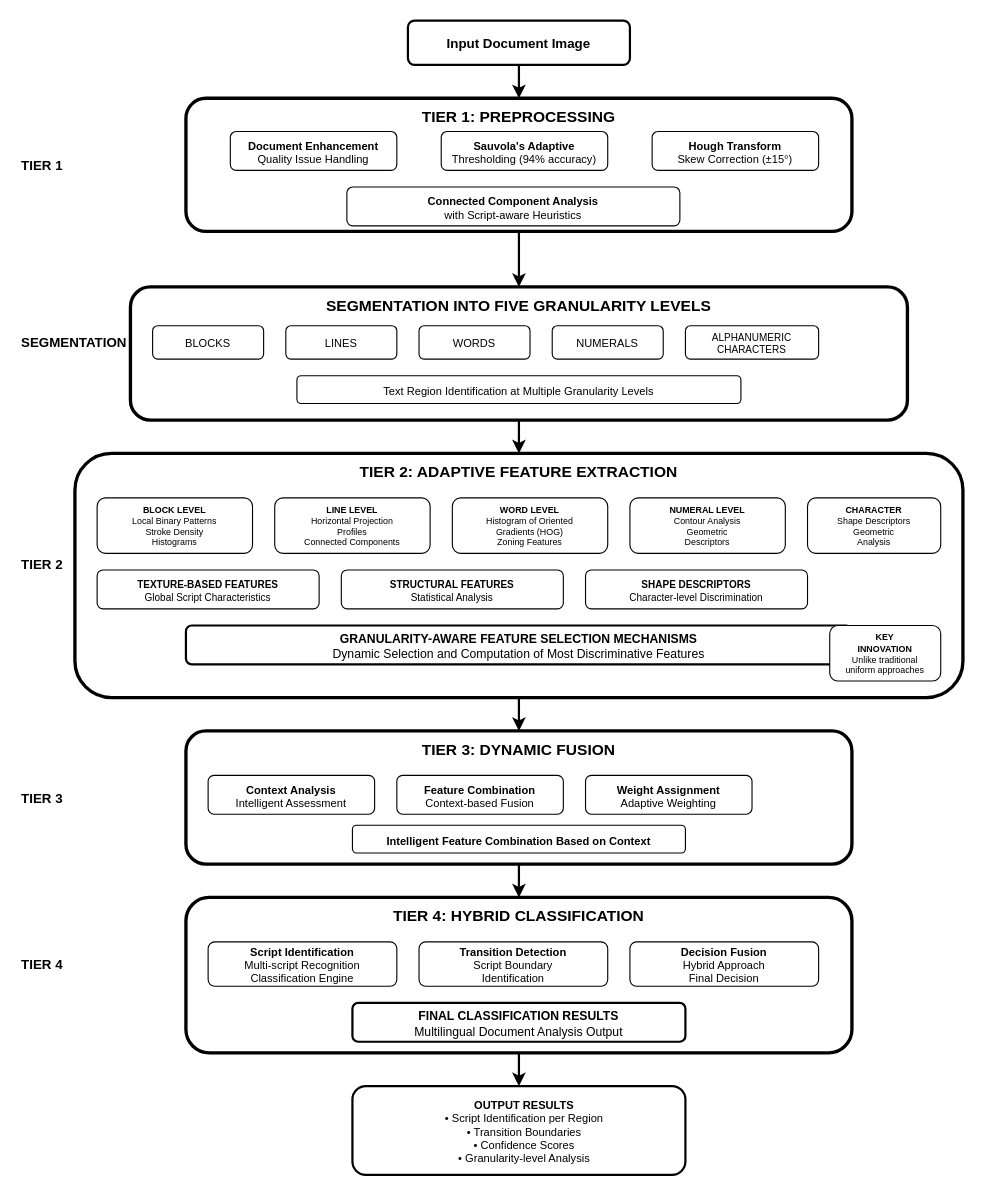
Before: Copy of suneel_chapter5.drawio in vinayak-k24/DrawIO, a draw.io diagram. Source tidied: cells renumbered, new cells numbered last; positions are measured from the earlier drawing's top-left corner, leaving out a move shared by most shapes. Both pictures are drawn from the tidied source at 111%, with x=0, y=0 at pixel (19, 20).
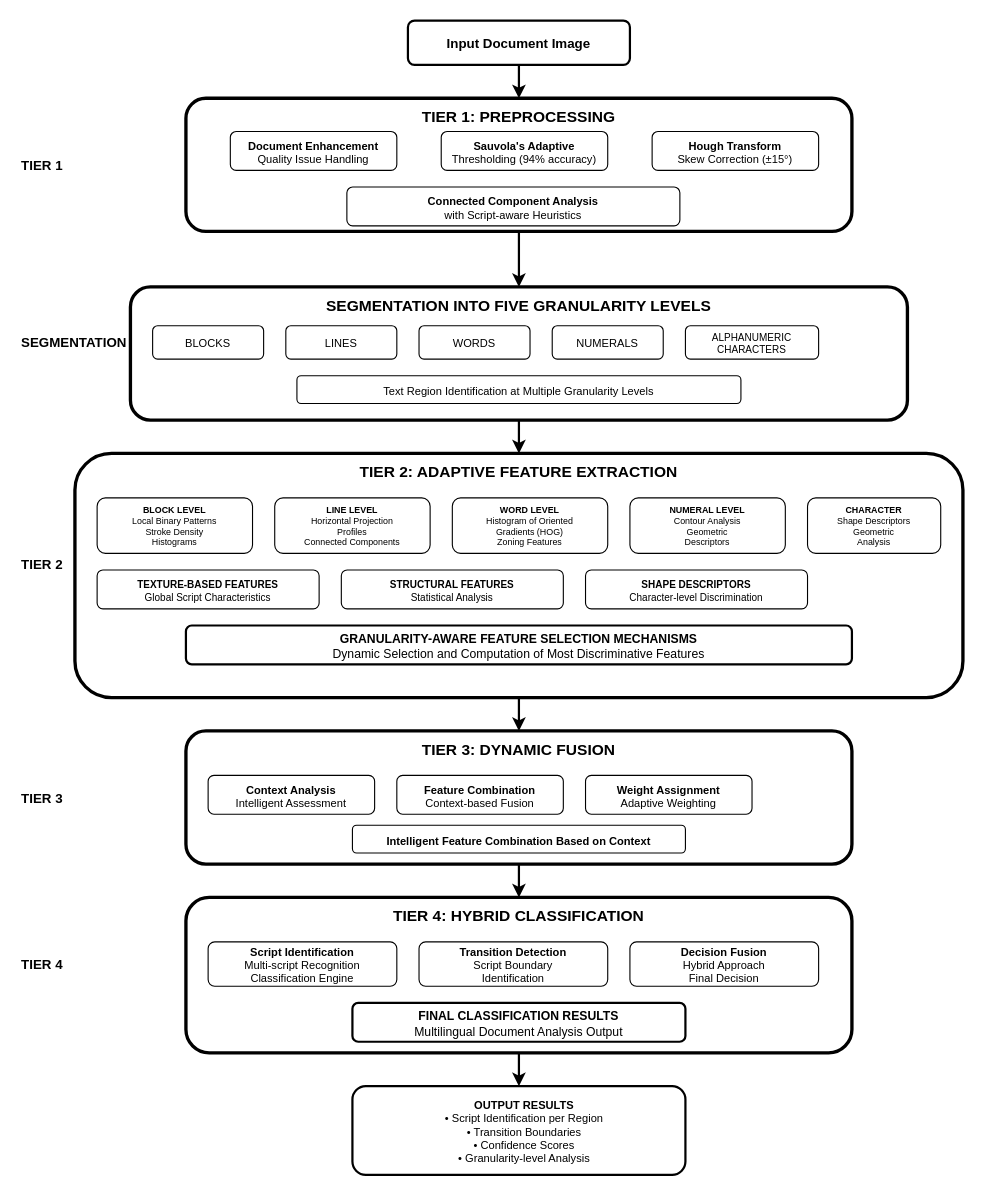
After the change.

The edit, as a diff of the source:
```diff
@@
-    <mxCell id="28" value="&lt;b&gt;KEY&lt;br&gt;INNOVATION&lt;/b&gt;&lt;br&gt;Unlike traditional&lt;br&gt;uniform approaches" style="rounded=1;whiteSpace=wrap;html=1;strokeStyle=dashed;fontSize=8;spacingTop=2;" parent="1" vertex="1">
-      <mxGeometry x="730" y="545" width="100" height="50" as="geometry" />
-    </mxCell>
```
